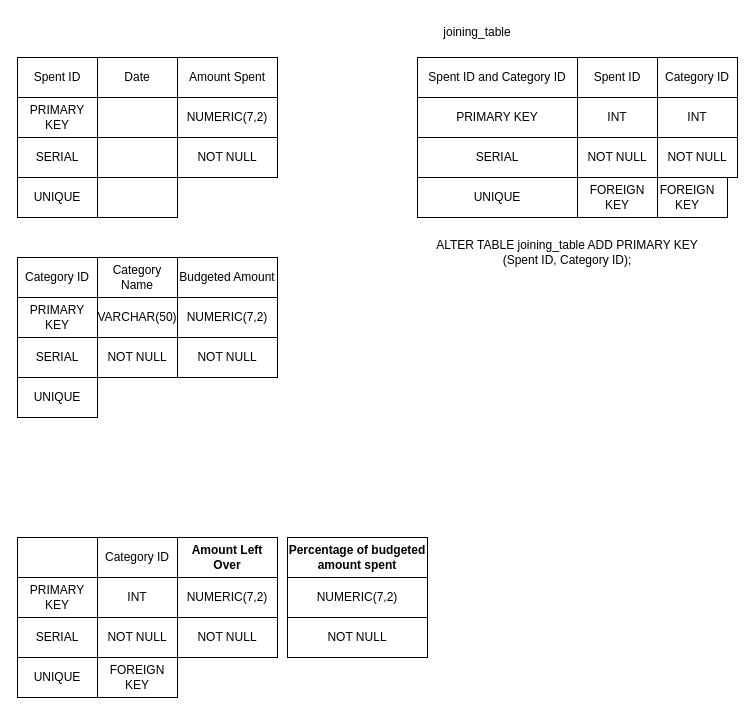
Above: Untitled Diagram.drawio in Kanyisa-Ntombini/budget_app (draw.io), before the change. Source tidied: cells renumbered, new cells numbered last; positions are measured from the earlier drawing's top-left corner, leaving out a move shared by most shapes. Both pictures are drawn from the tidied source at 100%, with x=0, y=0 at pixel (17, 17).
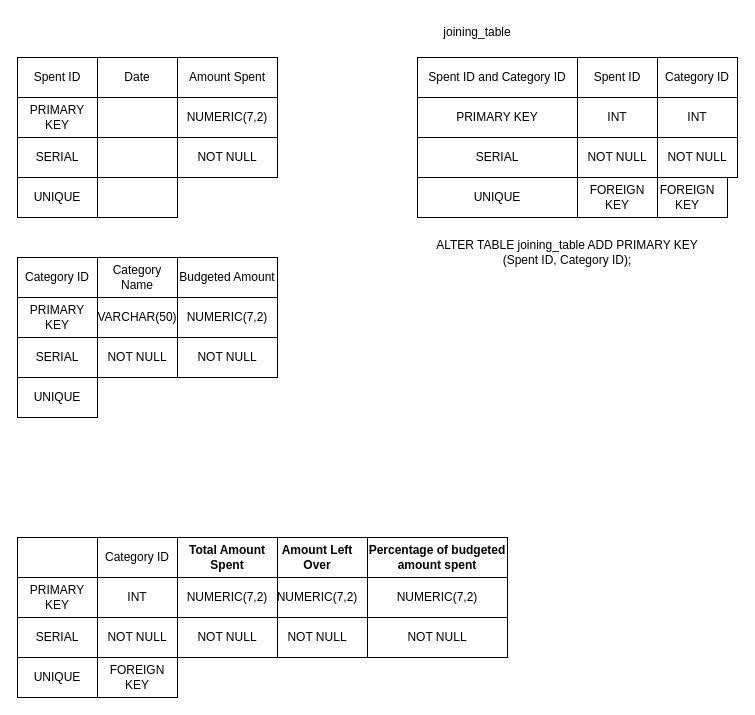
After the change.

Change to the diagram source:
```diff
@@
     <mxCell id="30" value="&lt;span style=&quot;font-weight: 700;&quot;&gt;Amount Left Over&lt;/span&gt;" style="rounded=0;whiteSpace=wrap;html=1;" parent="1" vertex="1">
-      <mxGeometry x="160" y="520" width="100" height="40" as="geometry" />
+      <mxGeometry x="250" y="520" width="100" height="40" as="geometry" />
     </mxCell>
     <mxCell id="31" value="&lt;span style=&quot;font-weight: 700;&quot;&gt;Percentage of budgeted amount spent&lt;/span&gt;" style="rounded=0;whiteSpace=wrap;html=1;" parent="1" vertex="1">
-      <mxGeometry x="270" y="520" width="140" height="40" as="geometry" />
+      <mxGeometry x="350" y="520" width="140" height="40" as="geometry" />
     </mxCell>
     <mxCell id="32" value="NOT NULL" style="rounded=0;whiteSpace=wrap;html=1;" parent="1" vertex="1">
-      <mxGeometry x="160" y="600" width="100" height="40" as="geometry" />
+      <mxGeometry x="250" y="600" width="100" height="40" as="geometry" />
     </mxCell>
     <mxCell id="33" value="NOT NULL" style="rounded=0;whiteSpace=wrap;html=1;" parent="1" vertex="1">
-      <mxGeometry x="270" y="600" width="140" height="40" as="geometry" />
+      <mxGeometry x="350" y="600" width="140" height="40" as="geometry" />
     </mxCell>
@@
     <mxCell id="35" value="NUMERIC(7,2)" style="rounded=0;whiteSpace=wrap;html=1;" parent="1" vertex="1">
-      <mxGeometry x="160" y="560" width="100" height="40" as="geometry" />
+      <mxGeometry x="250" y="560" width="100" height="40" as="geometry" />
     </mxCell>
     <mxCell id="36" value="NUMERIC(7,2)" style="rounded=0;whiteSpace=wrap;html=1;" parent="1" vertex="1">
-      <mxGeometry x="270" y="560" width="140" height="40" as="geometry" />
+      <mxGeometry x="350" y="560" width="140" height="40" as="geometry" />
     </mxCell>
@@
+    <mxCell id="51" value="&lt;span style=&quot;font-weight: 700;&quot;&gt;Total Amount Spent&lt;/span&gt;" style="rounded=0;whiteSpace=wrap;html=1;" parent="1" vertex="1">
+      <mxGeometry x="160" y="520" width="100" height="40" as="geometry" />
+    </mxCell>
+    <mxCell id="52" value="NOT NULL" style="rounded=0;whiteSpace=wrap;html=1;" parent="1" vertex="1">
+      <mxGeometry x="160" y="600" width="100" height="40" as="geometry" />
+    </mxCell>
+    <mxCell id="53" value="NUMERIC(7,2)" style="rounded=0;whiteSpace=wrap;html=1;" parent="1" vertex="1">
+      <mxGeometry x="160" y="560" width="100" height="40" as="geometry" />
+    </mxCell>
```
